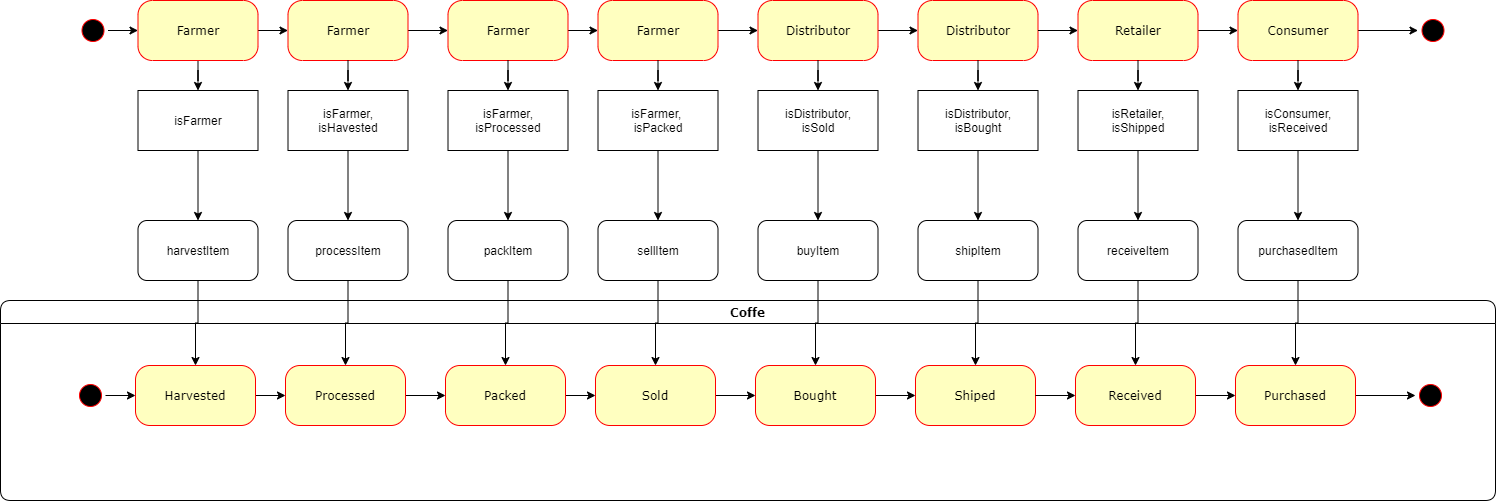
Before: project-6/UML/state diagram.png, a diagram exported from draw.io (fcmiranda/supply-chain). Source tidied: cells renumbered, new cells last; positions are measured from the earlier drawing's top-left corner, leaving out a move shared by most shapes.
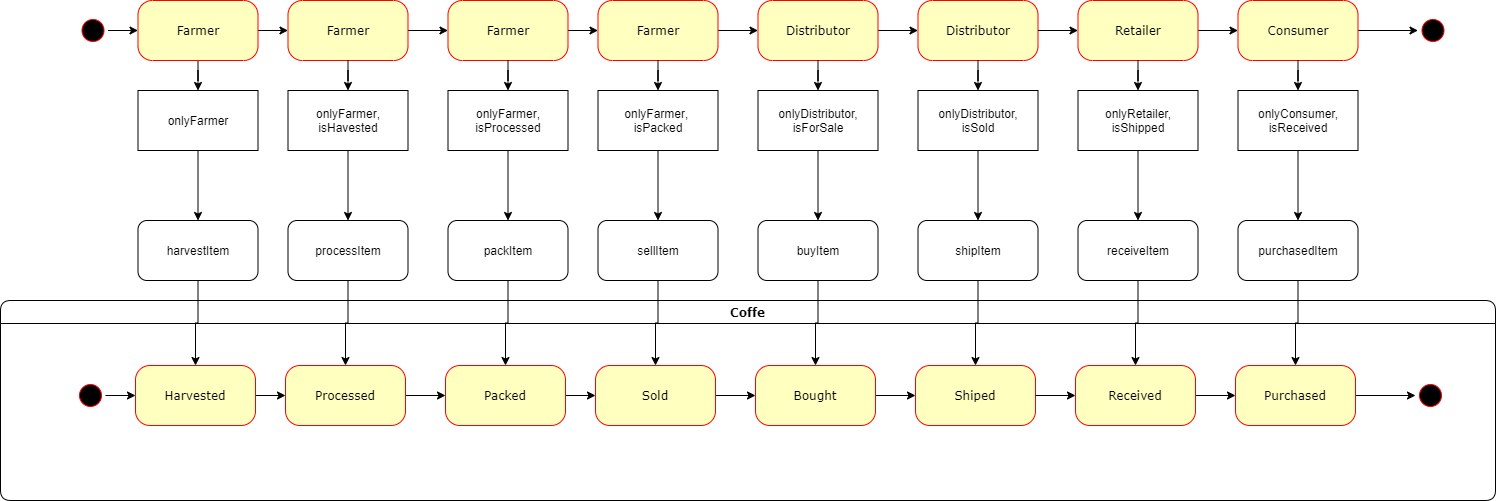
Above is the later version.

Commit message:
fix smart contracts

Diff of the diagram source:
```diff
@@ -147,7 +147,7 @@
     <mxCell id="48" style="edgeStyle=orthogonalEdgeStyle;rounded=0;jettySize=auto;html=1;" parent="1" edge="1" source="49" target="72">
       <mxGeometry relative="1" as="geometry" />
     </mxCell>
-    <mxCell id="49" value="isFarmer" style="rounded=0;whiteSpace=wrap;html=1;" parent="1" vertex="1">
+    <mxCell id="49" value="onlyFarmer" style="rounded=0;whiteSpace=wrap;html=1;" parent="1" vertex="1">
       <mxGeometry x="137.5" y="90" width="120" height="60" as="geometry" />
     </mxCell>
     <mxCell id="50" style="edgeStyle=orthogonalEdgeStyle;rounded=0;jettySize=auto;html=1;" parent="1" edge="1" target="52">
@@ -158,7 +158,7 @@
     <mxCell id="51" style="edgeStyle=orthogonalEdgeStyle;rounded=0;jettySize=auto;html=1;entryX=0.5;entryY=0;entryDx=0;entryDy=0;" parent="1" edge="1" source="52" target="74">
       <mxGeometry relative="1" as="geometry" />
     </mxCell>
-    <mxCell id="52" value="&lt;span&gt;isFarmer,&lt;br&gt;isHavested&lt;/span&gt;" style="rounded=0;whiteSpace=wrap;html=1;" parent="1" vertex="1">
+    <mxCell id="52" value="onlyFarmer&lt;span&gt;,&lt;br&gt;isHavested&lt;/span&gt;" style="rounded=0;whiteSpace=wrap;html=1;" parent="1" vertex="1">
       <mxGeometry x="287.5" y="90" width="120" height="60" as="geometry" />
     </mxCell>
     <mxCell id="53" style="edgeStyle=orthogonalEdgeStyle;rounded=0;jettySize=auto;html=1;" parent="1" edge="1" target="55">
@@ -169,7 +169,7 @@
     <mxCell id="54" style="edgeStyle=orthogonalEdgeStyle;rounded=0;jettySize=auto;html=1;entryX=0.5;entryY=0;entryDx=0;entryDy=0;" parent="1" edge="1" source="55" target="76">
       <mxGeometry relative="1" as="geometry" />
     </mxCell>
-    <mxCell id="55" value="&lt;span&gt;isFarmer, isProcessed&lt;/span&gt;" style="rounded=0;whiteSpace=wrap;html=1;" parent="1" vertex="1">
+    <mxCell id="55" value="onlyFarmer&lt;span&gt;, isProcessed&lt;/span&gt;" style="rounded=0;whiteSpace=wrap;html=1;" parent="1" vertex="1">
       <mxGeometry x="447.5" y="90" width="120" height="60" as="geometry" />
     </mxCell>
     <mxCell id="56" style="edgeStyle=orthogonalEdgeStyle;rounded=0;jettySize=auto;html=1;" parent="1" edge="1" target="58">
@@ -180,7 +180,7 @@
     <mxCell id="57" style="edgeStyle=orthogonalEdgeStyle;rounded=0;jettySize=auto;html=1;entryX=0.5;entryY=0;entryDx=0;entryDy=0;" parent="1" edge="1" source="58" target="78">
       <mxGeometry relative="1" as="geometry" />
     </mxCell>
-    <mxCell id="58" value="&lt;span&gt;isFarmer, &lt;br&gt;isPacked&lt;/span&gt;" style="rounded=0;whiteSpace=wrap;html=1;" parent="1" vertex="1">
+    <mxCell id="58" value="onlyFarmer&lt;span&gt;, &lt;br&gt;isPacked&lt;/span&gt;" style="rounded=0;whiteSpace=wrap;html=1;" parent="1" vertex="1">
       <mxGeometry x="597.5" y="90" width="120" height="60" as="geometry" />
     </mxCell>
     <mxCell id="59" style="edgeStyle=orthogonalEdgeStyle;rounded=0;jettySize=auto;html=1;" parent="1" edge="1" target="61">
@@ -191,7 +191,7 @@
     <mxCell id="60" style="edgeStyle=orthogonalEdgeStyle;rounded=0;jettySize=auto;html=1;" parent="1" edge="1" source="61" target="80">
       <mxGeometry relative="1" as="geometry" />
     </mxCell>
-    <mxCell id="61" value="&lt;span&gt;isDistributor,&lt;br&gt;isSold&lt;br&gt;&lt;/span&gt;" style="rounded=0;whiteSpace=wrap;html=1;" parent="1" vertex="1">
+    <mxCell id="61" value="&lt;span&gt;onlyDistributor,&lt;br&gt;isForSale&lt;br&gt;&lt;/span&gt;" style="rounded=0;whiteSpace=wrap;html=1;" parent="1" vertex="1">
       <mxGeometry x="757.5" y="90" width="120" height="60" as="geometry" />
     </mxCell>
     <mxCell id="62" style="edgeStyle=orthogonalEdgeStyle;rounded=0;jettySize=auto;html=1;" parent="1" edge="1" target="64">
@@ -202,7 +202,7 @@
     <mxCell id="63" style="edgeStyle=orthogonalEdgeStyle;rounded=0;jettySize=auto;html=1;" parent="1" edge="1" source="64" target="82">
       <mxGeometry relative="1" as="geometry" />
     </mxCell>
-    <mxCell id="64" value="&lt;span&gt;isDistributor,&lt;br&gt;isBought&lt;br&gt;&lt;/span&gt;" style="rounded=0;whiteSpace=wrap;html=1;" parent="1" vertex="1">
+    <mxCell id="64" value="onlyDistributor,&lt;br&gt;&lt;span&gt;isSold&lt;br&gt;&lt;/span&gt;" style="rounded=0;whiteSpace=wrap;html=1;" parent="1" vertex="1">
       <mxGeometry x="917.5" y="90" width="120" height="60" as="geometry" />
     </mxCell>
     <mxCell id="65" style="edgeStyle=orthogonalEdgeStyle;rounded=0;jettySize=auto;html=1;" parent="1" edge="1" target="67">
@@ -213,7 +213,7 @@
     <mxCell id="66" style="edgeStyle=orthogonalEdgeStyle;rounded=0;jettySize=auto;html=1;" parent="1" edge="1" source="67" target="84">
       <mxGeometry relative="1" as="geometry" />
     </mxCell>
-    <mxCell id="67" value="&lt;span&gt;isRetailer,&lt;br&gt;isShipped&lt;br&gt;&lt;/span&gt;" style="rounded=0;whiteSpace=wrap;html=1;" parent="1" vertex="1">
+    <mxCell id="67" value="&lt;span&gt;onlyRetailer,&lt;br&gt;isShipped&lt;br&gt;&lt;/span&gt;" style="rounded=0;whiteSpace=wrap;html=1;" parent="1" vertex="1">
       <mxGeometry x="1077.5" y="90" width="120" height="60" as="geometry" />
     </mxCell>
     <mxCell id="68" style="edgeStyle=orthogonalEdgeStyle;rounded=0;jettySize=auto;html=1;" parent="1" edge="1" target="70">
@@ -224,7 +224,7 @@
     <mxCell id="69" style="edgeStyle=orthogonalEdgeStyle;rounded=0;jettySize=auto;html=1;" parent="1" edge="1" source="70" target="86">
       <mxGeometry relative="1" as="geometry" />
     </mxCell>
-    <mxCell id="70" value="&lt;span&gt;isConsumer,&lt;br&gt;isReceived&lt;br&gt;&lt;/span&gt;" style="rounded=0;whiteSpace=wrap;html=1;" parent="1" vertex="1">
+    <mxCell id="70" value="&lt;span&gt;onlyConsumer,&lt;br&gt;isReceived&lt;br&gt;&lt;/span&gt;" style="rounded=0;whiteSpace=wrap;html=1;" parent="1" vertex="1">
       <mxGeometry x="1237.5" y="90" width="120" height="60" as="geometry" />
     </mxCell>
     <mxCell id="71" style="edgeStyle=orthogonalEdgeStyle;rounded=0;jettySize=auto;html=1;entryX=0.5;entryY=0;entryDx=0;entryDy=0;" parent="1" edge="1" source="72" target="4">
```
